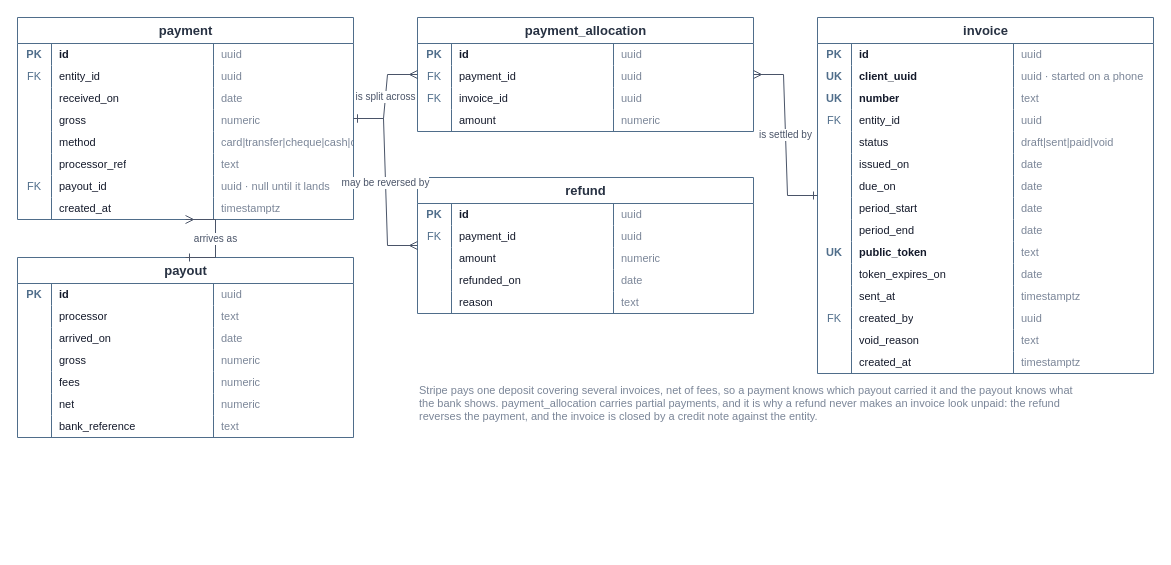
Above: docs/schema/07-money-in.drawio in TylerVigario/reckon (draw.io), before the change. Source tidied: cells renumbered, new cells numbered last; positions are measured from the earlier drawing's top-left corner, leaving out a move shared by most shapes. Both pictures are drawn from the tidied source at 100%, with x=0, y=0 at pixel (17, 17).
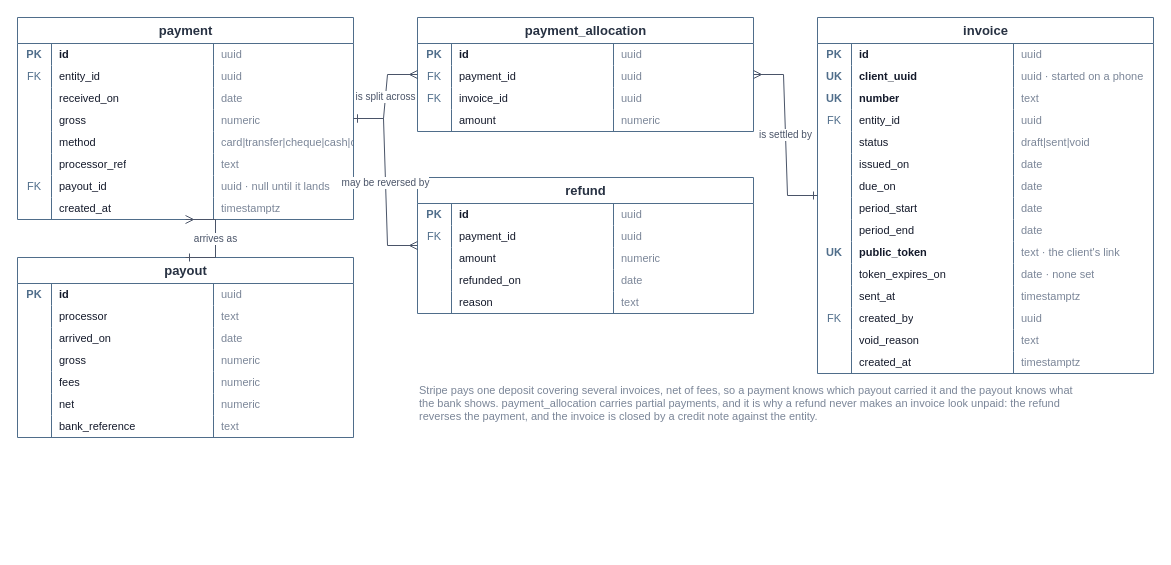
The same page after the edit.

The change refers to these unchanged cells:
```xml
<mxCell id="119" style="shape=tableRow;horizontal=0;startSize=0;swimlaneHead=0;swimlaneBody=0;fillColor=none;top=0;left=0;right=0;bottom=0;strokeColor=#d4dae4;" parent="102" vertex="1">
  <mxGeometry y="114" width="336" height="22" as="geometry" />
</mxCell>
<mxCell id="139" style="shape=tableRow;horizontal=0;startSize=0;swimlaneHead=0;swimlaneBody=0;fillColor=none;top=0;left=0;right=0;bottom=0;strokeColor=#d4dae4;" parent="102" vertex="1">
  <mxGeometry y="224" width="336" height="22" as="geometry" />
</mxCell>
<mxCell id="143" style="shape=tableRow;horizontal=0;startSize=0;swimlaneHead=0;swimlaneBody=0;fillColor=none;top=0;left=0;right=0;bottom=0;strokeColor=#d4dae4;" parent="102" vertex="1">
  <mxGeometry y="246" width="336" height="22" as="geometry" />
</mxCell>
```

Diff of the diagram source:
```diff
@@
-    <mxCell id="122" value="draft|sent|paid|void" style="shape=partialRectangle;fillColor=none;top=0;left=0;bottom=0;right=0;overflow=hidden;whiteSpace=wrap;html=1;fontSize=11;align=left;spacingLeft=6;fontColor=#7b8698;" parent="119" vertex="1">
+    <mxCell id="122" value="draft|sent|void" style="shape=partialRectangle;fillColor=none;top=0;left=0;bottom=0;right=0;overflow=hidden;whiteSpace=wrap;html=1;fontSize=11;align=left;spacingLeft=6;fontColor=#7b8698;" parent="119" vertex="1">
       <mxGeometry x="196" width="140" height="22" as="geometry" />
     </mxCell>
@@
-    <mxCell id="142" value="text" style="shape=partialRectangle;fillColor=none;top=0;left=0;bottom=0;right=0;overflow=hidden;whiteSpace=wrap;html=1;fontSize=11;align=left;spacingLeft=6;fontColor=#7b8698;" parent="139" vertex="1">
+    <mxCell id="142" value="text · the client's link" style="shape=partialRectangle;fillColor=none;top=0;left=0;bottom=0;right=0;overflow=hidden;whiteSpace=wrap;html=1;fontSize=11;align=left;spacingLeft=6;fontColor=#7b8698;" parent="139" vertex="1">
       <mxGeometry x="196" width="140" height="22" as="geometry" />
     </mxCell>
@@
-    <mxCell id="146" value="date" style="shape=partialRectangle;fillColor=none;top=0;left=0;bottom=0;right=0;overflow=hidden;whiteSpace=wrap;html=1;fontSize=11;align=left;spacingLeft=6;fontColor=#7b8698;" parent="143" vertex="1">
+    <mxCell id="146" value="date · none set" style="shape=partialRectangle;fillColor=none;top=0;left=0;bottom=0;right=0;overflow=hidden;whiteSpace=wrap;html=1;fontSize=11;align=left;spacingLeft=6;fontColor=#7b8698;" parent="143" vertex="1">
       <mxGeometry x="196" width="140" height="22" as="geometry" />
     </mxCell>
```
